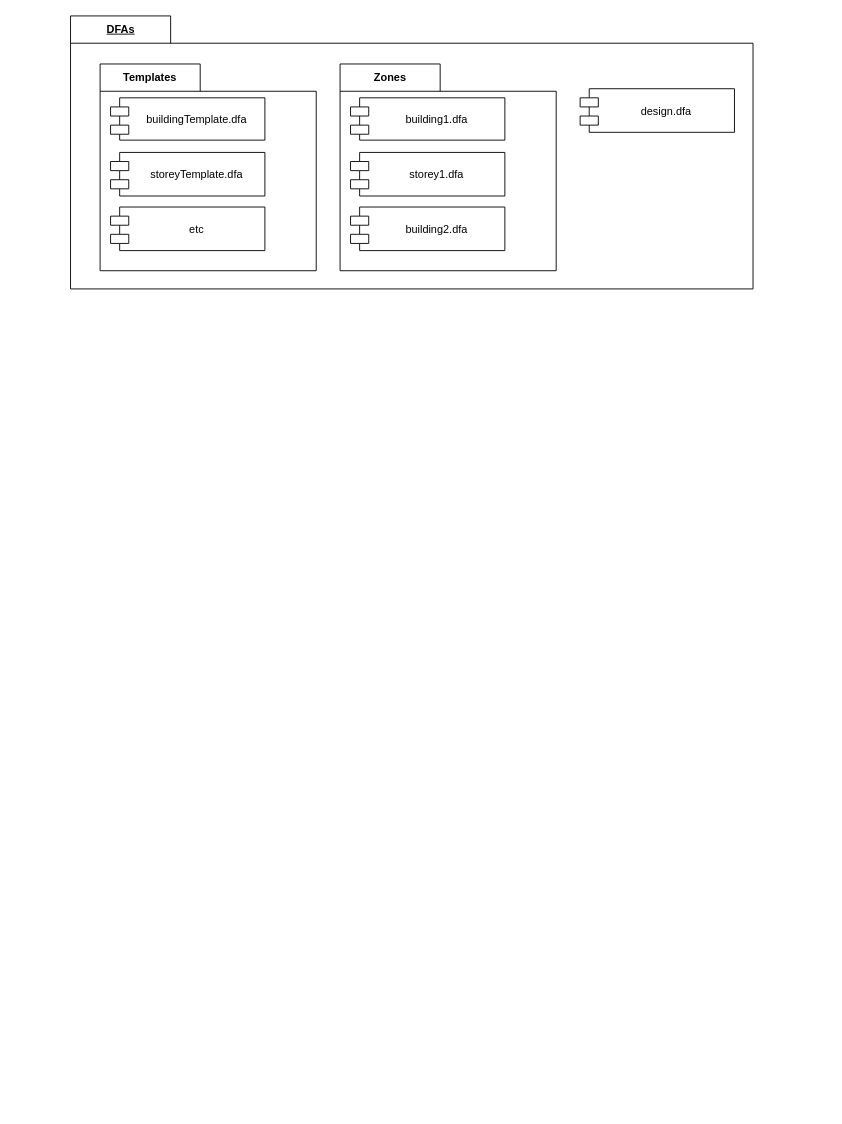
Earlier version of the draw.io diagram page "Package" (8 of 9) of Diagrams/Diagrams.drawio (Hallvaeb/automation-p2-construction-knowledge-base). Source tidied: cells renumbered, new cells numbered last; positions are measured from the earlier drawing's top-left corner, leaving out a move shared by most shapes. Both pictures are drawn from the tidied source at 91%, with x=0, y=0 at pixel (70, 15).
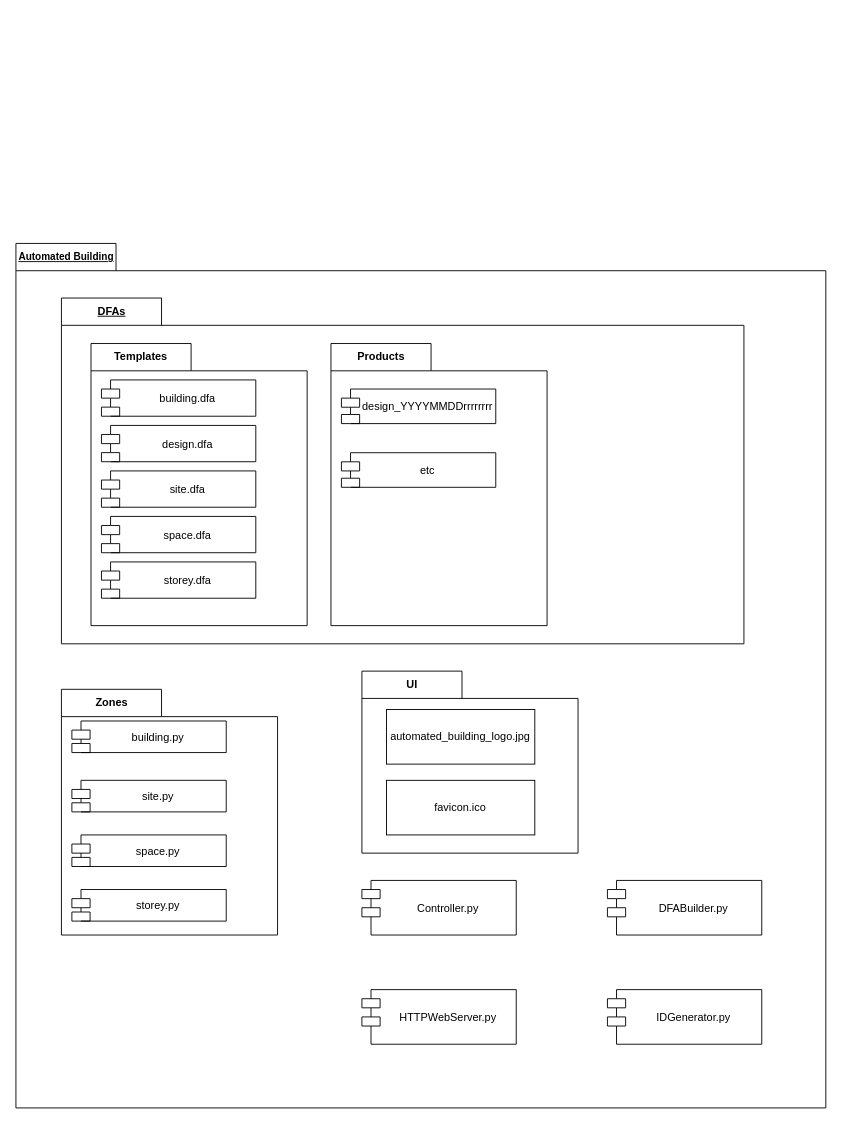
After the change.

Change to the diagram source:
```diff
@@
-    <mxCell id="2" value="DFAs" style="shape=folder;fontStyle=5;tabWidth=110;tabHeight=30;tabPosition=left;html=1;boundedLbl=1;labelInHeader=1;" parent="1" vertex="1">
-      <mxGeometry width="750" height="300" as="geometry" />
+    <mxCell id="2" value="&lt;font style=&quot;font-size: 11px&quot;&gt;Automated Building&lt;/font&gt;" style="shape=folder;fontStyle=5;tabWidth=110;tabHeight=30;tabPosition=left;html=1;boundedLbl=1;labelInHeader=1;" parent="1" vertex="1">
+      <mxGeometry x="-60" y="250" width="890" height="950" as="geometry" />
     </mxCell>
-    <mxCell id="3" value="Templates" style="shape=folder;fontStyle=1;tabWidth=110;tabHeight=30;tabPosition=left;html=1;boundedLbl=1;labelInHeader=1;" parent="1" vertex="1">
-      <mxGeometry x="32.5" y="52.8" width="237.5" height="227.2" as="geometry" />
+    <mxCell id="3" value="Zones" style="shape=folder;fontStyle=1;tabWidth=110;tabHeight=30;tabPosition=left;html=1;boundedLbl=1;labelInHeader=1;" parent="1" vertex="1">
+      <mxGeometry x="-10" y="740" width="237.5" height="270" as="geometry" />
     </mxCell>
-    <mxCell id="4" value="buildingTemplate.dfa" style="shape=module;align=center;spacingLeft=20;align=center;verticalAlign=middle;" parent="3" vertex="1">
-      <mxGeometry x="11.5" y="37.2" width="169.6" height="46.5" as="geometry" />
-    </mxCell>
-    <mxCell id="5" value="storeyTemplate.dfa" style="shape=module;align=center;spacingLeft=20;align=center;verticalAlign=middle;" parent="3" vertex="1">
-      <mxGeometry x="11.5" y="97.2" width="169.6" height="47.9" as="geometry" />
-    </mxCell>
-    <mxCell id="6" value="etc" style="shape=module;align=center;spacingLeft=20;align=center;verticalAlign=middle;" parent="3" vertex="1">
-      <mxGeometry x="11.5" y="157.2" width="169.6" height="47.9" as="geometry" />
+    <mxCell id="6" value="space.py" style="shape=module;align=center;spacingLeft=20;align=center;verticalAlign=middle;" parent="3" vertex="1">
+      <mxGeometry x="11.5" y="160" width="169.6" height="34.7" as="geometry" />
     </mxCell>
+    <mxCell id="12" value="building.py" style="shape=module;align=center;spacingLeft=20;align=center;verticalAlign=middle;" parent="3" vertex="1">
+      <mxGeometry x="11.5" y="34.8" width="169.6" height="34.7" as="geometry" />
+    </mxCell>
+    <mxCell id="13" value="site.py" style="shape=module;align=center;spacingLeft=20;align=center;verticalAlign=middle;" parent="3" vertex="1">
+      <mxGeometry x="11.5" y="100" width="169.6" height="34.7" as="geometry" />
+    </mxCell>
+    <mxCell id="14" value="storey.py" style="shape=module;align=center;spacingLeft=20;align=center;verticalAlign=middle;" parent="3" vertex="1">
+      <mxGeometry x="11.5" y="220" width="169.6" height="34.7" as="geometry" />
+    </mxCell>
+    <mxCell id="8" value="UI" style="shape=folder;fontStyle=1;tabWidth=110;tabHeight=30;tabPosition=left;html=1;boundedLbl=1;labelInHeader=1;" parent="1" vertex="1">
+      <mxGeometry x="320.2" y="720" width="237.5" height="200" as="geometry" />
+    </mxCell>
+    <mxCell id="15" value="&lt;font style=&quot;font-size: 12px&quot;&gt;automated_building_logo.jpg&lt;/font&gt;" style="rounded=0;whiteSpace=wrap;html=1;fontSize=11;" parent="8" vertex="1">
+      <mxGeometry x="27" y="42.2" width="163" height="60" as="geometry" />
+    </mxCell>
+    <mxCell id="16" value="&lt;font style=&quot;font-size: 12px&quot;&gt;favicon.ico&lt;/font&gt;" style="rounded=0;whiteSpace=wrap;html=1;fontSize=11;" parent="8" vertex="1">
+      <mxGeometry x="27" y="120" width="163" height="60" as="geometry" />
+    </mxCell>
+    <mxCell id="17" value="DFAs" style="shape=folder;fontStyle=5;tabWidth=110;tabHeight=30;tabPosition=left;html=1;boundedLbl=1;labelInHeader=1;" parent="1" vertex="1">
+      <mxGeometry x="-10" y="310" width="750" height="380" as="geometry" />
+    </mxCell>
+    <mxCell id="18" value="Templates" style="shape=folder;fontStyle=1;tabWidth=110;tabHeight=30;tabPosition=left;html=1;boundedLbl=1;labelInHeader=1;" parent="1" vertex="1">
+      <mxGeometry x="22.5" y="360" width="237.5" height="310" as="geometry" />
+    </mxCell>
+    <mxCell id="19" value="space.dfa" style="shape=module;align=center;spacingLeft=20;align=center;verticalAlign=middle;" parent="18" vertex="1">
+      <mxGeometry x="11.5" y="190" width="169.6" height="39.9" as="geometry" />
+    </mxCell>
+    <mxCell id="20" value="building.dfa" style="shape=module;align=center;spacingLeft=20;align=center;verticalAlign=middle;" parent="18" vertex="1">
+      <mxGeometry x="11.5" y="40" width="169.6" height="39.9" as="geometry" />
+    </mxCell>
-    <mxCell id="7" value="design.dfa" style="shape=module;align=center;spacingLeft=20;align=center;verticalAlign=middle;" parent="1" vertex="1">
-      <mxGeometry x="560" y="80" width="169.6" height="47.9" as="geometry" />
+    <mxCell id="7" value="design.dfa" style="shape=module;align=center;spacingLeft=20;align=center;verticalAlign=middle;" parent="18" vertex="1">
+      <mxGeometry x="11.5" y="90" width="169.6" height="39.9" as="geometry" />
     </mxCell>
-    <mxCell id="8" value="Zones" style="shape=folder;fontStyle=1;tabWidth=110;tabHeight=30;tabPosition=left;html=1;boundedLbl=1;labelInHeader=1;" parent="1" vertex="1">
-      <mxGeometry x="296.2" y="52.8" width="237.5" height="227.2" as="geometry" />
-    </mxCell>
-    <mxCell id="9" value="building1.dfa" style="shape=module;align=center;spacingLeft=20;align=center;verticalAlign=middle;" parent="8" vertex="1">
-      <mxGeometry x="11.5" y="37.2" width="169.6" height="46.5" as="geometry" />
-    </mxCell>
-    <mxCell id="10" value="storey1.dfa" style="shape=module;align=center;spacingLeft=20;align=center;verticalAlign=middle;" parent="8" vertex="1">
-      <mxGeometry x="11.5" y="97.2" width="169.6" height="47.9" as="geometry" />
-    </mxCell>
-    <mxCell id="11" value="building2.dfa" style="shape=module;align=center;spacingLeft=20;align=center;verticalAlign=middle;" parent="8" vertex="1">
-      <mxGeometry x="11.5" y="157.2" width="169.6" height="47.9" as="geometry" />
-    </mxCell>
+    <mxCell id="21" value="site.dfa" style="shape=module;align=center;spacingLeft=20;align=center;verticalAlign=middle;" parent="18" vertex="1">
+      <mxGeometry x="11.5" y="140" width="169.6" height="39.9" as="geometry" />
+    </mxCell>
+    <mxCell id="22" value="storey.dfa" style="shape=module;align=center;spacingLeft=20;align=center;verticalAlign=middle;" parent="18" vertex="1">
+      <mxGeometry x="11.5" y="240" width="169.6" height="39.9" as="geometry" />
+    </mxCell>
+    <mxCell id="23" value="Products" style="shape=folder;fontStyle=1;tabWidth=110;tabHeight=30;tabPosition=left;html=1;boundedLbl=1;labelInHeader=1;" parent="1" vertex="1">
+      <mxGeometry x="286.2" y="360" width="237.5" height="310" as="geometry" />
+    </mxCell>
+    <mxCell id="24" value="design_YYYYMMDDrrrrrrrr" style="shape=module;align=center;spacingLeft=20;align=center;verticalAlign=middle;" parent="23" vertex="1">
+      <mxGeometry x="11.5" y="50" width="169.6" height="38" as="geometry" />
+    </mxCell>
+    <mxCell id="25" value="etc" style="shape=module;align=center;spacingLeft=20;align=center;verticalAlign=middle;" parent="23" vertex="1">
+      <mxGeometry x="11.5" y="120" width="169.6" height="38" as="geometry" />
+    </mxCell>
+    <mxCell id="26" value="Controller.py" style="shape=module;align=center;spacingLeft=20;align=center;verticalAlign=middle;" parent="1" vertex="1">
+      <mxGeometry x="320.2" y="950" width="169.6" height="60" as="geometry" />
+    </mxCell>
+    <mxCell id="27" value="HTTPWebServer.py" style="shape=module;align=center;spacingLeft=20;align=center;verticalAlign=middle;" parent="1" vertex="1">
+      <mxGeometry x="320.2" y="1070" width="169.6" height="60" as="geometry" />
+    </mxCell>
+    <mxCell id="28" value="IDGenerator.py" style="shape=module;align=center;spacingLeft=20;align=center;verticalAlign=middle;" parent="1" vertex="1">
+      <mxGeometry x="590" y="1070" width="169.6" height="60" as="geometry" />
+    </mxCell>
+    <mxCell id="29" value="DFABuilder.py" style="shape=module;align=center;spacingLeft=20;align=center;verticalAlign=middle;" parent="1" vertex="1">
+      <mxGeometry x="590" y="950" width="169.6" height="60" as="geometry" />
+    </mxCell>
```
